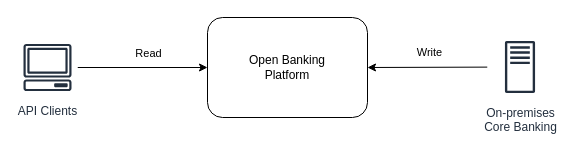
The draw.io diagram azure/ob15kView.drawio in jmiddleton/drawio, before the edit. Source tidied: cells renumbered, new cells numbered last; positions are measured from the earlier drawing's top-left corner, leaving out a move shared by most shapes. Both pictures are drawn from the tidied source at 100%, with x=0, y=0 at pixel (17, 17).
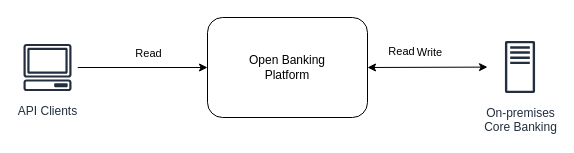
Above is the later version.

Change to the diagram source:
```diff
@@
 <mxGraphModel>
   <root>
     <mxCell id="0" />
     <mxCell id="1" parent="0" />
     <mxCell id="2" value="Open Banking&lt;br&gt;Platform" style="rounded=1;whiteSpace=wrap;html=1;" parent="1" vertex="1">
       <mxGeometry x="190" width="160" height="100" as="geometry" />
     </mxCell>
     <mxCell id="3" style="rounded=0;jettySize=auto;html=1;entryX=0;entryY=0.25;entryDx=0;entryDy=0;" parent="1" edge="1" source="5">
       <mxGeometry relative="1" as="geometry">
         <mxPoint x="190" y="50" as="targetPoint" />
       </mxGeometry>
     </mxCell>
     <mxCell id="4" value="Read" style="edgeLabel;html=1;align=center;verticalAlign=middle;" parent="3" vertex="1">
       <mxGeometry x="0.07" y="1" relative="1" as="geometry">
         <mxPoint y="-14" as="offset" />
       </mxGeometry>
     </mxCell>
     <mxCell id="5" value="API Clients" style="outlineConnect=0;fontColor=#232F3E;gradientColor=none;strokeColor=#232F3E;fillColor=#ffffff;dashed=0;verticalLabelPosition=bottom;verticalAlign=top;align=center;html=1;fontSize=12;fontStyle=0;shape=mxgraph.aws4.resourceIcon;resIcon=mxgraph.aws4.client;" parent="1" vertex="1">
       <mxGeometry y="20" width="60" height="60" as="geometry" />
     </mxCell>
-    <mxCell id="6" style="edgeStyle=none;rounded=0;jettySize=auto;html=1;entryX=1;entryY=0.25;entryDx=0;entryDy=0;" parent="1" edge="1" source="8">
+    <mxCell id="6" style="edgeStyle=none;rounded=0;jettySize=auto;html=1;entryX=1;entryY=0.25;entryDx=0;entryDy=0;startArrow=classic;startFill=1;" parent="1" edge="1" source="8">
       <mxGeometry relative="1" as="geometry">
         <mxPoint x="350" y="50" as="targetPoint" />
       </mxGeometry>
     </mxCell>
     <mxCell id="7" value="Write" style="edgeLabel;html=1;align=center;verticalAlign=middle;" parent="6" vertex="1">
       <mxGeometry x="-0.03" y="-1" relative="1" as="geometry">
         <mxPoint y="-13.8" as="offset" />
       </mxGeometry>
     </mxCell>
+    <mxCell id="9" value="Read" style="edgeLabel;html=1;align=center;verticalAlign=middle;" parent="6" vertex="1">
+      <mxGeometry x="-0.18" y="1" relative="1" as="geometry">
+        <mxPoint x="-38" y="-16.8" as="offset" />
+      </mxGeometry>
+    </mxCell>
     <mxCell id="8" value="On-premises&lt;br&gt;Core Banking" style="outlineConnect=0;fontColor=#232F3E;gradientColor=none;strokeColor=#232F3E;fillColor=#ffffff;dashed=0;verticalLabelPosition=bottom;verticalAlign=top;align=center;html=1;fontSize=12;fontStyle=0;shape=mxgraph.aws4.resourceIcon;resIcon=mxgraph.aws4.traditional_server;" parent="1" vertex="1">
       <mxGeometry x="470" y="17" width="65" height="65" as="geometry" />
     </mxCell>
   </root>
 </mxGraphModel>
```
